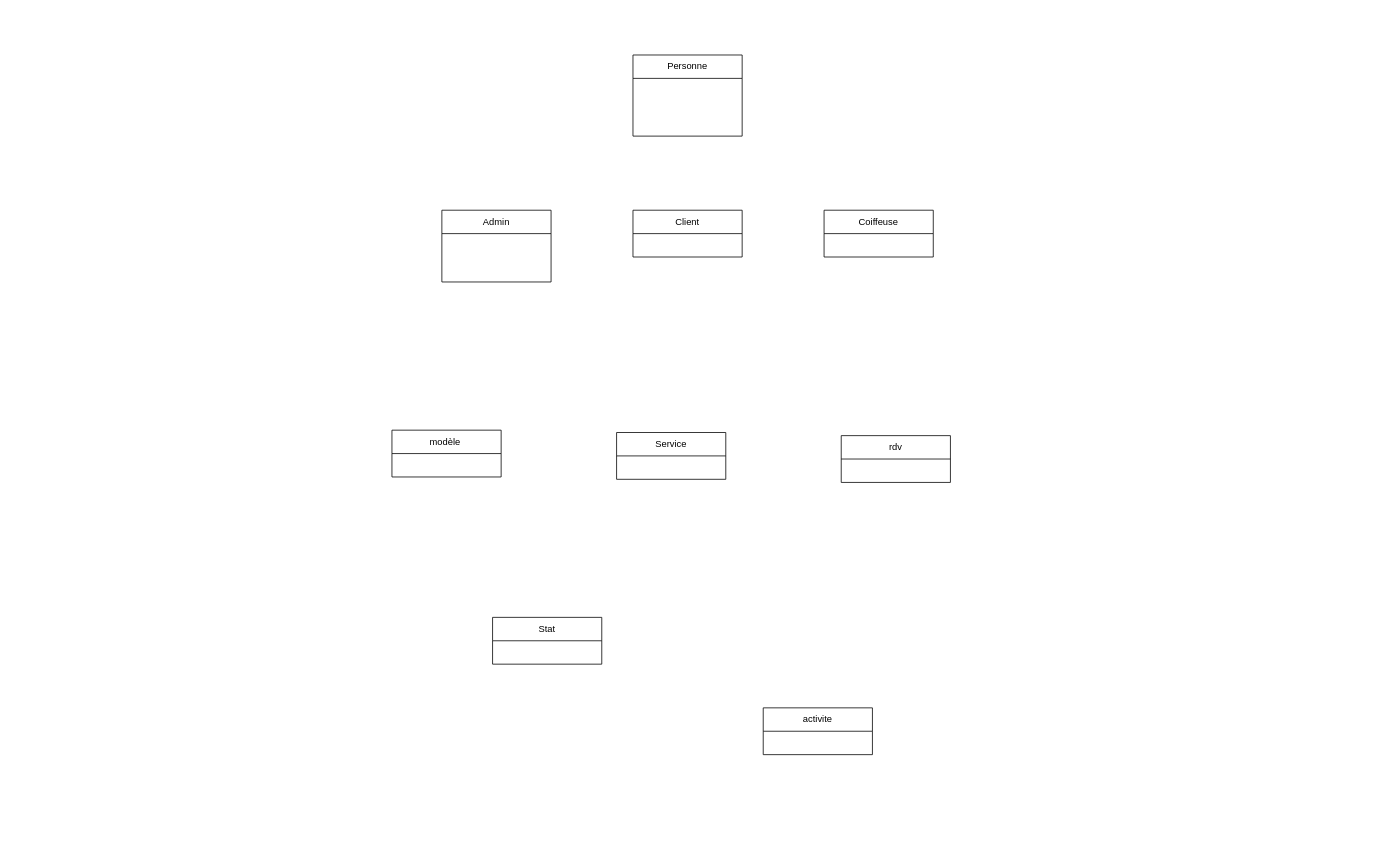
Earlier version of the draw.io diagram gestion_salon_coiffure.drawio (bettyhubcod/gestion_salon). Source tidied: cells renumbered, new cells numbered last; positions are measured from the earlier drawing's top-left corner, leaving out a move shared by most shapes. Both pictures are drawn from the tidied source at 78%, with x=0, y=0 at pixel (392, 55).
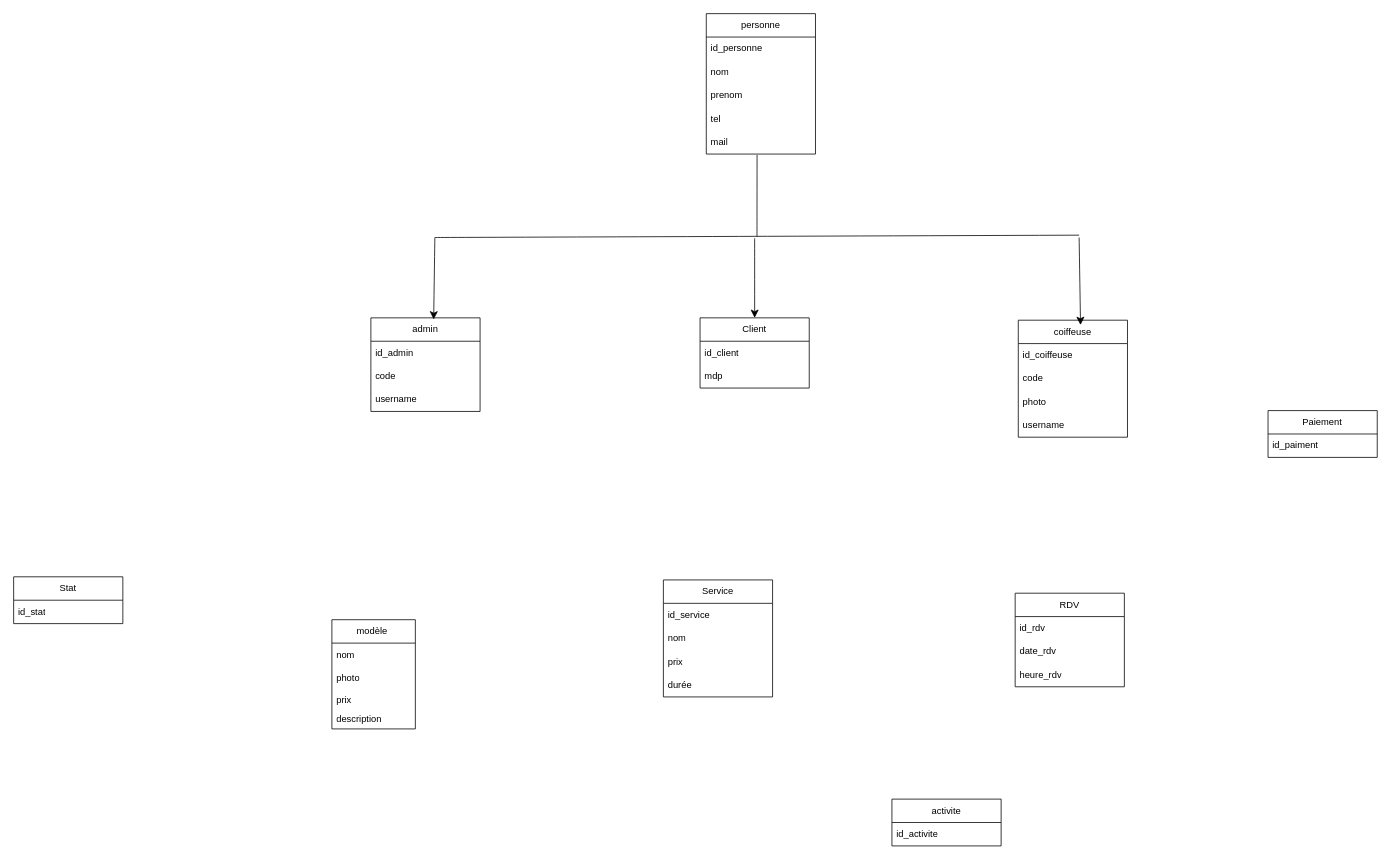
The same page after the edit.

Commit message (it also covers changes not shown here):
Mettre à jour gestion_salon_coiffure.drawio

The edit, as a diff of the source:
```diff
@@
-    <mxCell id="2" value="Admin" style="swimlane;fontStyle=0;horizontal=1;startSize=30;whiteSpace=wrap;html=1;" parent="1" vertex="1">
-      <mxGeometry x="64" y="199" width="140" height="92" as="geometry" />
-    </mxCell>
-    <mxCell id="3" value="Coiffeuse" style="swimlane;fontStyle=0;horizontal=1;startSize=30;whiteSpace=wrap;html=1;" parent="1" vertex="1">
-      <mxGeometry x="554" y="199" width="140" height="60" as="geometry" />
-    </mxCell>
+    <mxCell id="9" value="activite" style="swimlane;fontStyle=0;horizontal=1;startSize=30;whiteSpace=wrap;html=1;" parent="1" vertex="1">
+      <mxGeometry x="641" y="954" width="140" height="60" as="geometry" />
+    </mxCell>
+    <mxCell id="11" value="id_activite" style="text;strokeColor=none;fillColor=none;align=left;verticalAlign=middle;spacingLeft=4;spacingRight=4;overflow=hidden;whiteSpace=wrap;html=1;" parent="9" vertex="1">
+      <mxGeometry y="30" width="140" height="30" as="geometry" />
+    </mxCell>
+    <mxCell id="10" value="Stat" style="swimlane;fontStyle=0;horizontal=1;startSize=30;whiteSpace=wrap;html=1;" parent="1" vertex="1">
+      <mxGeometry x="-485" y="669" width="140" height="60" as="geometry" />
+    </mxCell>
+    <mxCell id="12" value="id_stat" style="text;strokeColor=none;fillColor=none;align=left;verticalAlign=middle;spacingLeft=4;spacingRight=4;overflow=hidden;whiteSpace=wrap;html=1;" parent="10" vertex="1">
+      <mxGeometry y="30" width="140" height="30" as="geometry" />
+    </mxCell>
+    <mxCell id="13" value="personne" style="swimlane;fontStyle=0;horizontal=1;startSize=30;whiteSpace=wrap;html=1;" parent="1" vertex="1">
+      <mxGeometry x="403" y="-53" width="140" height="180" as="geometry" />
+    </mxCell>
+    <mxCell id="14" value="id_personne" style="text;strokeColor=none;fillColor=none;align=left;verticalAlign=middle;spacingLeft=4;spacingRight=4;overflow=hidden;whiteSpace=wrap;html=1;" parent="13" vertex="1">
+      <mxGeometry y="30" width="140" height="30" as="geometry" />
+    </mxCell>
+    <mxCell id="15" value="nom" style="text;strokeColor=none;fillColor=none;align=left;verticalAlign=middle;spacingLeft=4;spacingRight=4;overflow=hidden;whiteSpace=wrap;html=1;" parent="13" vertex="1">
+      <mxGeometry y="60" width="140" height="30" as="geometry" />
+    </mxCell>
+    <mxCell id="16" value="prenom" style="text;strokeColor=none;fillColor=none;align=left;verticalAlign=middle;spacingLeft=4;spacingRight=4;overflow=hidden;whiteSpace=wrap;html=1;" parent="13" vertex="1">
+      <mxGeometry y="90" width="140" height="30" as="geometry" />
+    </mxCell>
+    <mxCell id="17" value="tel" style="text;strokeColor=none;fillColor=none;align=left;verticalAlign=middle;spacingLeft=4;spacingRight=4;overflow=hidden;whiteSpace=wrap;html=1;" parent="13" vertex="1">
+      <mxGeometry y="120" width="140" height="30" as="geometry" />
+    </mxCell>
+    <mxCell id="18" value="mail" style="text;strokeColor=none;fillColor=none;align=left;verticalAlign=middle;spacingLeft=4;spacingRight=4;overflow=hidden;points=[[0,0.5],[1,0.5]];portConstraint=eastwest;whiteSpace=wrap;html=1;" parent="13" vertex="1">
+      <mxGeometry y="150" width="140" height="30" as="geometry" />
+    </mxCell>
+    <mxCell id="19" value="admin" style="swimlane;fontStyle=0;horizontal=1;startSize=30;whiteSpace=wrap;html=1;" parent="1" vertex="1">
+      <mxGeometry x="-27" y="337" width="140" height="120" as="geometry" />
+    </mxCell>
+    <mxCell id="20" value="id_admin" style="text;strokeColor=none;fillColor=none;align=left;verticalAlign=middle;spacingLeft=4;spacingRight=4;overflow=hidden;whiteSpace=wrap;html=1;" parent="19" vertex="1">
+      <mxGeometry y="30" width="140" height="30" as="geometry" />
+    </mxCell>
+    <mxCell id="21" value="code" style="text;strokeColor=none;fillColor=none;align=left;verticalAlign=middle;spacingLeft=4;spacingRight=4;overflow=hidden;whiteSpace=wrap;html=1;" parent="19" vertex="1">
+      <mxGeometry y="60" width="140" height="30" as="geometry" />
+    </mxCell>
+    <mxCell id="22" value="username" style="text;strokeColor=none;fillColor=none;align=left;verticalAlign=middle;spacingLeft=4;spacingRight=4;overflow=hidden;whiteSpace=wrap;html=1;" parent="19" vertex="1">
+      <mxGeometry y="90" width="140" height="30" as="geometry" />
+    </mxCell>
+    <mxCell id="23" value="coiffeuse" style="swimlane;fontStyle=0;horizontal=1;startSize=30;whiteSpace=wrap;html=1;" parent="1" vertex="1">
+      <mxGeometry x="803" y="340" width="140" height="150" as="geometry" />
+    </mxCell>
+    <mxCell id="24" value="id_coiffeuse" style="text;strokeColor=none;fillColor=none;align=left;verticalAlign=middle;spacingLeft=4;spacingRight=4;overflow=hidden;whiteSpace=wrap;html=1;" parent="23" vertex="1">
+      <mxGeometry y="30" width="140" height="30" as="geometry" />
+    </mxCell>
+    <mxCell id="25" value="code" style="text;strokeColor=none;fillColor=none;align=left;verticalAlign=middle;spacingLeft=4;spacingRight=4;overflow=hidden;whiteSpace=wrap;html=1;" parent="23" vertex="1">
+      <mxGeometry y="60" width="140" height="30" as="geometry" />
+    </mxCell>
+    <mxCell id="26" value="photo" style="text;strokeColor=none;fillColor=none;align=left;verticalAlign=middle;spacingLeft=4;spacingRight=4;overflow=hidden;whiteSpace=wrap;html=1;" parent="23" vertex="1">
+      <mxGeometry y="90" width="140" height="30" as="geometry" />
+    </mxCell>
+    <mxCell id="27" value="username" style="text;strokeColor=none;fillColor=none;align=left;verticalAlign=middle;spacingLeft=4;spacingRight=4;overflow=hidden;whiteSpace=wrap;html=1;" parent="23" vertex="1">
+      <mxGeometry y="120" width="140" height="30" as="geometry" />
+    </mxCell>
     <mxCell id="4" value="Client" style="swimlane;fontStyle=0;horizontal=1;startSize=30;whiteSpace=wrap;html=1;" parent="1" vertex="1">
-      <mxGeometry x="309" y="199" width="140" height="60" as="geometry" />
+      <mxGeometry x="395" y="337" width="140" height="90" as="geometry" />
     </mxCell>
-    <mxCell id="5" value="Personne" style="swimlane;fontStyle=0;horizontal=1;startSize=30;whiteSpace=wrap;html=1;" parent="1" vertex="1">
-      <mxGeometry x="309" width="140" height="104" as="geometry" />
-    </mxCell>
+    <mxCell id="28" value="id_client" style="text;strokeColor=none;fillColor=none;align=left;verticalAlign=middle;spacingLeft=4;spacingRight=4;overflow=hidden;whiteSpace=wrap;html=1;" parent="4" vertex="1">
+      <mxGeometry y="30" width="140" height="30" as="geometry" />
+    </mxCell>
+    <mxCell id="29" value="mdp" style="text;strokeColor=none;fillColor=none;align=left;verticalAlign=middle;spacingLeft=4;spacingRight=4;overflow=hidden;whiteSpace=wrap;html=1;" parent="4" vertex="1">
+      <mxGeometry y="60" width="140" height="30" as="geometry" />
+    </mxCell>
+    <mxCell id="7" value="modèle&amp;nbsp;" style="swimlane;fontStyle=0;horizontal=1;startSize=30;whiteSpace=wrap;html=1;" parent="1" vertex="1">
+      <mxGeometry x="-77" y="724" width="107" height="140" as="geometry" />
+    </mxCell>
+    <mxCell id="30" value="nom" style="text;strokeColor=none;fillColor=none;align=left;verticalAlign=middle;spacingLeft=4;spacingRight=4;overflow=hidden;whiteSpace=wrap;html=1;" parent="7" vertex="1">
+      <mxGeometry y="30" width="107" height="30" as="geometry" />
+    </mxCell>
+    <mxCell id="31" value="photo" style="text;strokeColor=none;fillColor=none;align=left;verticalAlign=middle;spacingLeft=4;spacingRight=4;overflow=hidden;whiteSpace=wrap;html=1;" parent="7" vertex="1">
+      <mxGeometry y="60" width="107" height="30" as="geometry" />
+    </mxCell>
+    <mxCell id="32" value="prix" style="text;strokeColor=none;fillColor=none;align=left;verticalAlign=middle;spacingLeft=4;spacingRight=4;overflow=hidden;whiteSpace=wrap;html=1;" parent="7" vertex="1">
+      <mxGeometry y="90" width="107" height="25" as="geometry" />
+    </mxCell>
+    <mxCell id="33" value="&lt;div&gt;description&lt;/div&gt;" style="text;strokeColor=none;fillColor=none;align=left;verticalAlign=middle;spacingLeft=4;spacingRight=4;overflow=hidden;whiteSpace=wrap;html=1;" parent="7" vertex="1">
+      <mxGeometry y="115" width="107" height="25" as="geometry" />
+    </mxCell>
     <mxCell id="6" value="Service" style="swimlane;fontStyle=0;horizontal=1;startSize=30;whiteSpace=wrap;html=1;" parent="1" vertex="1">
-      <mxGeometry x="288" y="484" width="140" height="60" as="geometry" />
+      <mxGeometry x="348" y="673" width="140" height="150" as="geometry" />
     </mxCell>
-    <mxCell id="7" value="modèle&amp;nbsp;" style="swimlane;fontStyle=0;horizontal=1;startSize=30;whiteSpace=wrap;html=1;" parent="1" vertex="1">
-      <mxGeometry y="481" width="140" height="60" as="geometry" />
-    </mxCell>
-    <mxCell id="8" value="rdv" style="swimlane;fontStyle=0;horizontal=1;startSize=30;whiteSpace=wrap;html=1;" parent="1" vertex="1">
-      <mxGeometry x="576" y="488" width="140" height="60" as="geometry" />
-    </mxCell>
-    <mxCell id="9" value="activite" style="swimlane;fontStyle=0;horizontal=1;startSize=30;whiteSpace=wrap;html=1;" parent="1" vertex="1">
-      <mxGeometry x="476" y="837" width="140" height="60" as="geometry" />
-    </mxCell>
-    <mxCell id="10" value="Stat" style="swimlane;fontStyle=0;horizontal=1;startSize=30;whiteSpace=wrap;html=1;" parent="1" vertex="1">
-      <mxGeometry x="129" y="721" width="140" height="60" as="geometry" />
-    </mxCell>
+    <mxCell id="34" value="id_service" style="text;strokeColor=none;fillColor=none;align=left;verticalAlign=middle;spacingLeft=4;spacingRight=4;overflow=hidden;whiteSpace=wrap;html=1;" parent="6" vertex="1">
+      <mxGeometry y="30" width="140" height="30" as="geometry" />
+    </mxCell>
+    <mxCell id="35" value="nom" style="text;strokeColor=none;fillColor=none;align=left;verticalAlign=middle;spacingLeft=4;spacingRight=4;overflow=hidden;whiteSpace=wrap;html=1;" parent="6" vertex="1">
+      <mxGeometry y="60" width="140" height="30" as="geometry" />
+    </mxCell>
+    <mxCell id="36" value="&lt;div&gt;prix&lt;/div&gt;" style="text;strokeColor=none;fillColor=none;align=left;verticalAlign=middle;spacingLeft=4;spacingRight=4;overflow=hidden;whiteSpace=wrap;html=1;" parent="6" vertex="1">
+      <mxGeometry y="90" width="140" height="30" as="geometry" />
+    </mxCell>
+    <mxCell id="37" value="durée&amp;nbsp;" style="text;strokeColor=none;fillColor=none;align=left;verticalAlign=middle;spacingLeft=4;spacingRight=4;overflow=hidden;whiteSpace=wrap;html=1;" parent="6" vertex="1">
+      <mxGeometry y="120" width="140" height="30" as="geometry" />
+    </mxCell>
+    <mxCell id="38" value="RDV" style="swimlane;fontStyle=0;horizontal=1;startSize=30;whiteSpace=wrap;html=1;" parent="1" vertex="1">
+      <mxGeometry x="799" y="690" width="140" height="120" as="geometry" />
+    </mxCell>
+    <mxCell id="39" value="id_rdv" style="text;strokeColor=none;fillColor=none;align=left;verticalAlign=middle;spacingLeft=4;spacingRight=4;overflow=hidden;whiteSpace=wrap;html=1;" parent="38" vertex="1">
+      <mxGeometry y="30" width="140" height="30" as="geometry" />
+    </mxCell>
+    <mxCell id="40" value="date_rdv" style="text;strokeColor=none;fillColor=none;align=left;verticalAlign=middle;spacingLeft=4;spacingRight=4;overflow=hidden;whiteSpace=wrap;html=1;" parent="38" vertex="1">
+      <mxGeometry y="60" width="140" height="30" as="geometry" />
+    </mxCell>
+    <mxCell id="41" value="&lt;div&gt;heure_rdv&lt;/div&gt;" style="text;strokeColor=none;fillColor=none;align=left;verticalAlign=middle;spacingLeft=4;spacingRight=4;overflow=hidden;whiteSpace=wrap;html=1;" parent="38" vertex="1">
+      <mxGeometry y="90" width="140" height="30" as="geometry" />
+    </mxCell>
+    <mxCell id="42" value="Paiement" style="swimlane;fontStyle=0;horizontal=1;startSize=30;whiteSpace=wrap;html=1;" parent="1" vertex="1">
+      <mxGeometry x="1123.2" y="455.9" width="140" height="60" as="geometry" />
+    </mxCell>
+    <mxCell id="43" value="id_paiment" style="text;strokeColor=none;fillColor=none;align=left;verticalAlign=middle;spacingLeft=4;spacingRight=4;overflow=hidden;whiteSpace=wrap;html=1;" parent="42" vertex="1">
+      <mxGeometry y="30" width="140" height="30" as="geometry" />
+    </mxCell>
+    <mxCell id="44" style="endArrow=none;html=1;rounded=0;fontSize=12;startSize=8;endSize=8;curved=1;entryX=0.465;entryY=1.04;entryDx=0;entryDy=0;entryPerimeter=0;" parent="1" edge="1" target="18">
+      <mxGeometry relative="1" as="geometry">
+        <mxPoint x="468" y="233" as="sourcePoint" />
+      </mxGeometry>
+    </mxCell>
+    <mxCell id="45" style="endArrow=none;html=1;rounded=0;fontSize=12;startSize=8;endSize=8;curved=1;" parent="1" edge="1">
+      <mxGeometry relative="1" as="geometry">
+        <mxPoint x="55" y="234" as="sourcePoint" />
+        <mxPoint x="881" y="231" as="targetPoint" />
+      </mxGeometry>
+    </mxCell>
+    <mxCell id="46" style="endArrow=classic;html=1;rounded=0;fontSize=12;startSize=8;endSize=8;curved=1;entryX=0.575;entryY=0.017;entryDx=0;entryDy=0;entryPerimeter=0;" parent="1" edge="1" target="19">
+      <mxGeometry relative="1" as="geometry">
+        <mxPoint x="55" y="234" as="sourcePoint" />
+      </mxGeometry>
+    </mxCell>
+    <mxCell id="47" style="endArrow=classic;html=1;rounded=0;fontSize=12;startSize=8;endSize=8;curved=1;entryX=0.5;entryY=0;entryDx=0;entryDy=0;" parent="1" edge="1" target="4">
+      <mxGeometry relative="1" as="geometry">
+        <mxPoint x="465" y="235" as="sourcePoint" />
+      </mxGeometry>
+    </mxCell>
+    <mxCell id="48" style="endArrow=classic;html=1;rounded=0;fontSize=12;startSize=8;endSize=8;curved=1;entryX=0.57;entryY=0.041;entryDx=0;entryDy=0;entryPerimeter=0;" parent="1" edge="1" target="23">
+      <mxGeometry relative="1" as="geometry">
+        <mxPoint x="881" y="234" as="sourcePoint" />
+      </mxGeometry>
+    </mxCell>
```
